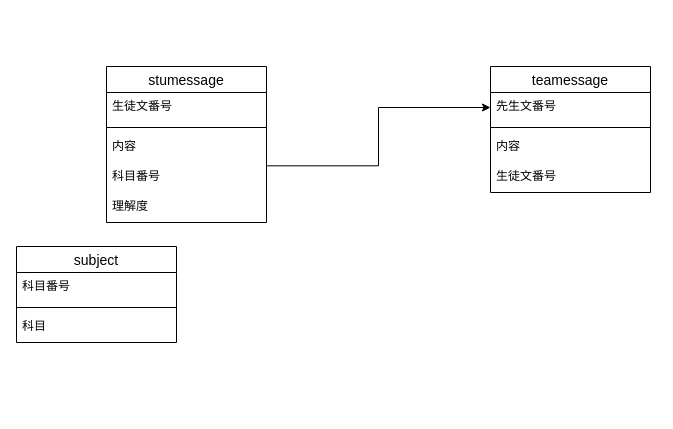
Before: page "ページ2" (2 of 2) of board_database_ER.drawio in ringohoka/bulletin-board, a draw.io diagram. Source tidied: cells renumbered, new cells numbered last; positions are measured from the earlier drawing's top-left corner, leaving out a move shared by most shapes. Both pictures are drawn from the tidied source at 100%, with x=0, y=0 at pixel (16, 66).
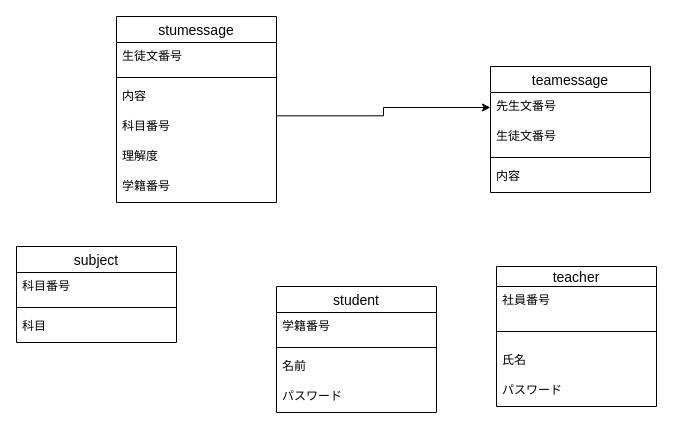
After the change.

The change refers to these unchanged cells:
```xml
<mxCell id="12" value="teamessage" style="swimlane;fontStyle=0;horizontal=1;startSize=26;align=center;fontSize=14;" parent="1" vertex="1">
  <mxGeometry x="474" width="160" height="126" as="geometry" />
</mxCell>
```

Change to the diagram source:
```diff
@@
     <mxCell id="2" value="stumessage" style="swimlane;fontStyle=0;horizontal=1;startSize=26;align=center;fontSize=14;" parent="1" vertex="1">
-      <mxGeometry x="90" width="160" height="156" as="geometry" />
+      <mxGeometry x="100" y="-50" width="160" height="186" as="geometry" />
     </mxCell>
@@
+    <mxCell id="18" value="学籍番号" style="text;strokeColor=none;fillColor=none;spacingLeft=4;spacingRight=4;overflow=hidden;fontSize=12;" parent="2" vertex="1">
+      <mxGeometry y="156" width="160" height="30" as="geometry" />
+    </mxCell>
@@
+    <mxCell id="16" value="生徒文番号" style="text;strokeColor=none;fillColor=none;spacingLeft=4;spacingRight=4;overflow=hidden;fontSize=12;" parent="12" vertex="1">
+      <mxGeometry y="56" width="160" height="30" as="geometry" />
+    </mxCell>
     <mxCell id="14" style="line;strokeWidth=1;dashed=0;labelPosition=right;align=left;verticalAlign=middle;spacingTop=0;spacingLeft=6;" parent="12" vertex="1">
-      <mxGeometry y="56" width="160" height="10" as="geometry" />
+      <mxGeometry y="86" width="160" height="10" as="geometry" />
     </mxCell>
     <mxCell id="15" value="内容" style="text;strokeColor=none;fillColor=none;spacingLeft=4;spacingRight=4;overflow=hidden;fontSize=12;" parent="12" vertex="1">
-      <mxGeometry y="66" width="160" height="30" as="geometry" />
+      <mxGeometry y="96" width="160" height="30" as="geometry" />
     </mxCell>
-    <mxCell id="16" value="生徒文番号" style="text;strokeColor=none;fillColor=none;spacingLeft=4;spacingRight=4;overflow=hidden;fontSize=12;" parent="12" vertex="1">
-      <mxGeometry y="96" width="160" height="30" as="geometry" />
-    </mxCell>
@@
+    <mxCell id="19" value="teacher" style="swimlane;fontStyle=0;horizontal=1;startSize=20;align=center;fontSize=14;" parent="1" vertex="1">
+      <mxGeometry x="480" y="200" width="160" height="140" as="geometry" />
+    </mxCell>
+    <mxCell id="20" value="社員番号" style="text;strokeColor=none;fillColor=none;spacingLeft=4;spacingRight=4;overflow=hidden;fontSize=12;" parent="19" vertex="1">
+      <mxGeometry y="20" width="160" height="30" as="geometry" />
+    </mxCell>
+    <mxCell id="21" style="line;strokeWidth=1;dashed=0;labelPosition=right;align=left;verticalAlign=middle;spacingTop=0;spacingLeft=6;" parent="19" vertex="1">
+      <mxGeometry y="50" width="160" height="30" as="geometry" />
+    </mxCell>
+    <mxCell id="22" value="氏名" style="text;strokeColor=none;fillColor=none;spacingLeft=4;spacingRight=4;overflow=hidden;fontSize=12;" parent="19" vertex="1">
+      <mxGeometry y="80" width="160" height="30" as="geometry" />
+    </mxCell>
+    <mxCell id="23" value="パスワード" style="text;strokeColor=none;fillColor=none;spacingLeft=4;spacingRight=4;overflow=hidden;fontSize=12;" parent="19" vertex="1">
+      <mxGeometry y="110" width="160" height="30" as="geometry" />
+    </mxCell>
+    <mxCell id="24" value="student" style="swimlane;fontStyle=0;horizontal=1;startSize=26;align=center;fontSize=14;" parent="1" vertex="1">
+      <mxGeometry x="260" y="220" width="160" height="126" as="geometry" />
+    </mxCell>
+    <mxCell id="25" value="学籍番号" style="text;strokeColor=none;fillColor=none;spacingLeft=4;spacingRight=4;overflow=hidden;fontSize=12;" parent="24" vertex="1">
+      <mxGeometry y="26" width="160" height="30" as="geometry" />
+    </mxCell>
+    <mxCell id="26" style="line;strokeWidth=1;dashed=0;labelPosition=right;align=left;verticalAlign=middle;spacingTop=0;spacingLeft=6;" parent="24" vertex="1">
+      <mxGeometry y="56" width="160" height="10" as="geometry" />
+    </mxCell>
+    <mxCell id="27" value="名前" style="text;strokeColor=none;fillColor=none;spacingLeft=4;spacingRight=4;overflow=hidden;fontSize=12;" parent="24" vertex="1">
+      <mxGeometry y="66" width="160" height="30" as="geometry" />
+    </mxCell>
+    <mxCell id="28" value="パスワード" style="text;strokeColor=none;fillColor=none;spacingLeft=4;spacingRight=4;overflow=hidden;fontSize=12;" parent="24" vertex="1">
+      <mxGeometry y="96" width="160" height="30" as="geometry" />
+    </mxCell>
```
